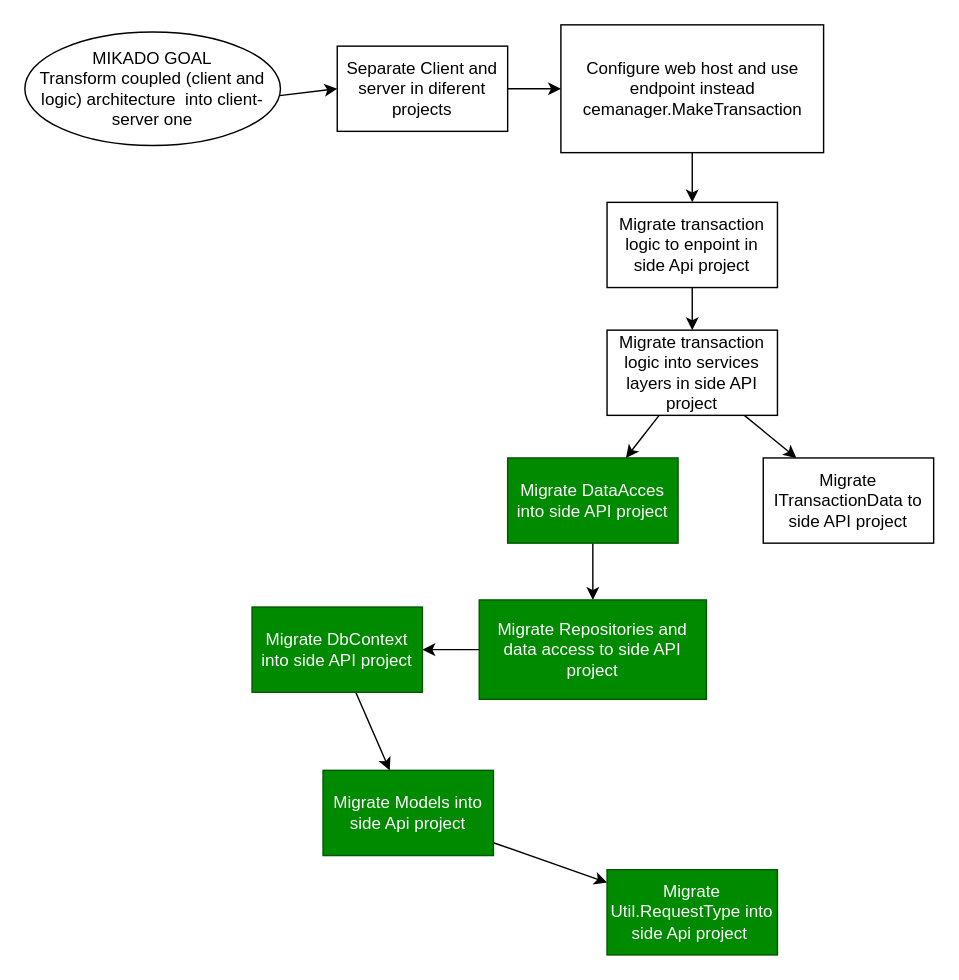
This is Docs/Diagrams/refactor_to_client-server(MikadoGraph).drawio from Camilo716/Customized-Expense-Manager, a draw.io file, before an edit. Source tidied: cells renumbered, new cells numbered last; positions are measured from the earlier drawing's top-left corner, leaving out a move shared by most shapes. Both pictures are drawn from the tidied source at 142%, with x=0, y=0 at pixel (24, 24).
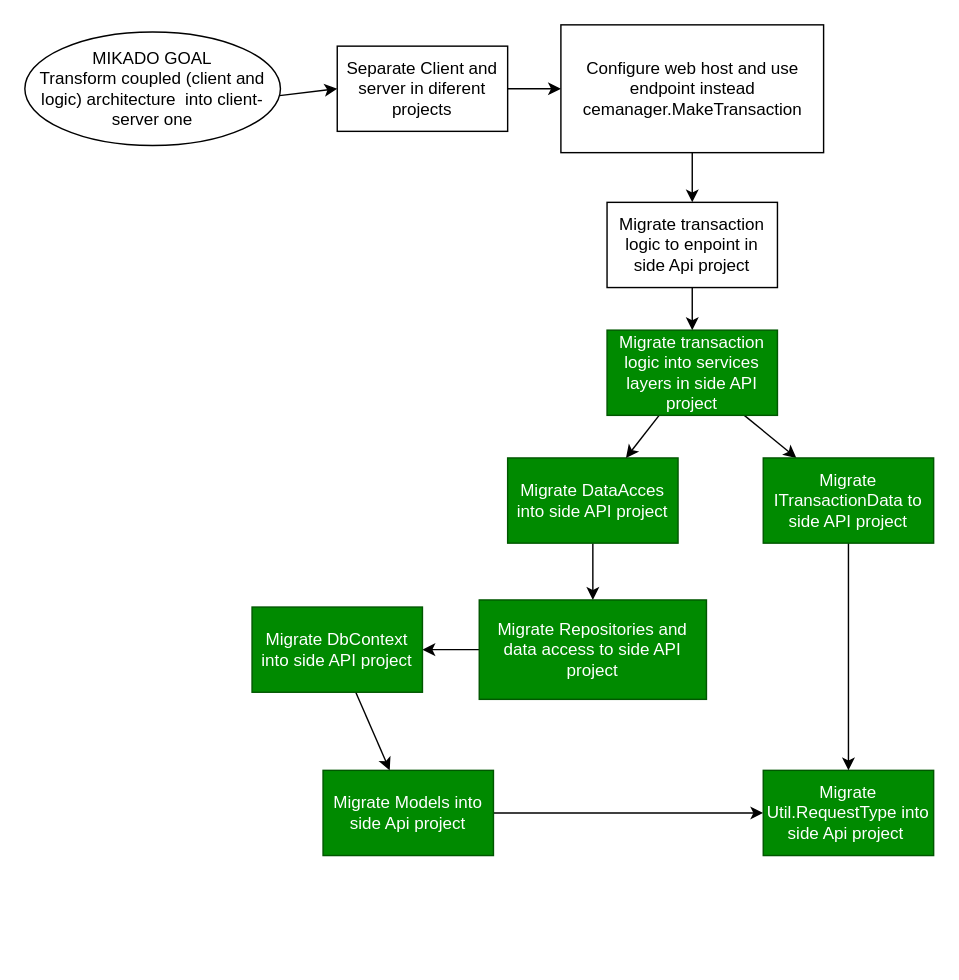
The same page after the edit.

Commit message (it also covers changes not shown here):
Migrate transaction logic to endpoint in side API project

The edit, as a diff of the source:
```diff
@@
     <mxCell id="10" value="Migrate Util.RequestType into side Api project&amp;nbsp;" style="whiteSpace=wrap;html=1;fillColor=#008a00;fontColor=#ffffff;strokeColor=#005700;" parent="1" vertex="1">
-      <mxGeometry x="410" y="595" width="120" height="60" as="geometry" />
+      <mxGeometry x="520" y="525" width="120" height="60" as="geometry" />
     </mxCell>
@@
-    <mxCell id="17" value="Migrate transaction logic into services layers in side API project" style="whiteSpace=wrap;html=1;" parent="1" vertex="1">
+    <mxCell id="17" value="Migrate transaction logic into services layers in side API project" style="whiteSpace=wrap;html=1;fillColor=#008a00;fontColor=#ffffff;strokeColor=#005700;" parent="1" vertex="1">
       <mxGeometry x="410" y="215" width="120" height="60" as="geometry" />
     </mxCell>
@@
+    <mxCell id="23" style="edgeStyle=none;html=1;" parent="1" edge="1" source="22" target="10">
+      <mxGeometry relative="1" as="geometry" />
+    </mxCell>
-    <mxCell id="22" value="Migrate ITransactionData to side API project" style="whiteSpace=wrap;html=1;" parent="1" vertex="1">
+    <mxCell id="22" value="Migrate ITransactionData to side API project" style="whiteSpace=wrap;html=1;fillColor=#008a00;fontColor=#ffffff;strokeColor=#005700;" parent="1" vertex="1">
       <mxGeometry x="520" y="305" width="120" height="60" as="geometry" />
     </mxCell>
```
